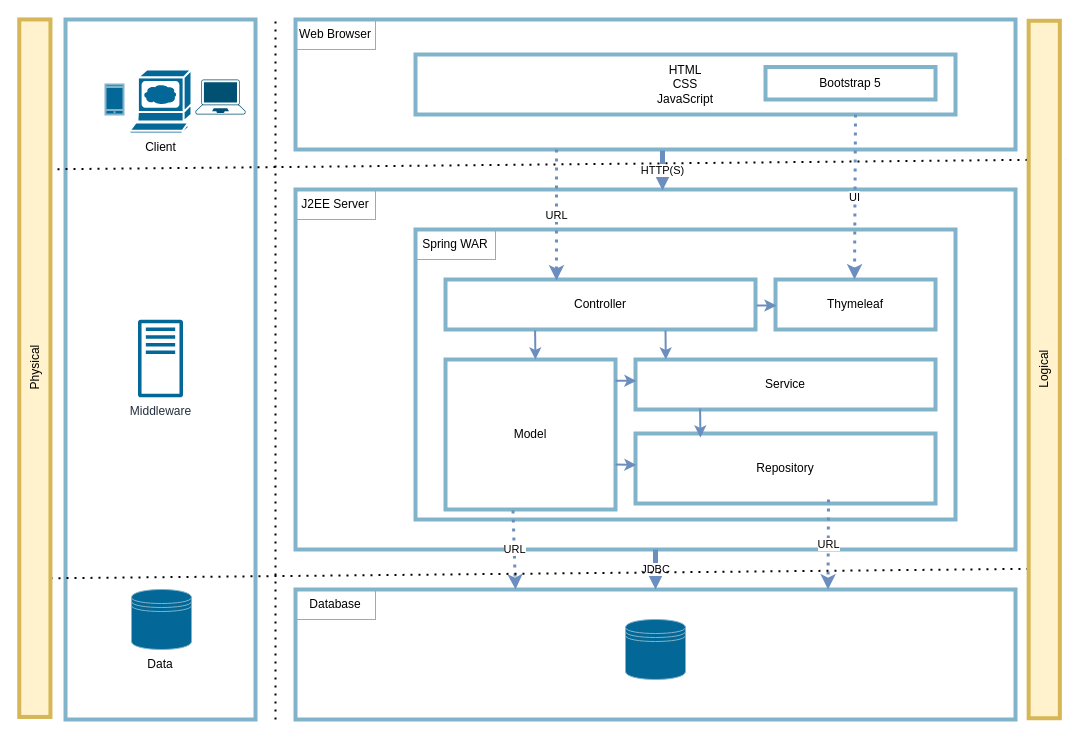
Above: documents/diagrams/Architecture.drawio in lamthaithanhlong/student-project (draw.io), before the change. Source tidied: cells renumbered, new cells numbered last; positions are measured from the earlier drawing's top-left corner, leaving out a move shared by most shapes. Both pictures are drawn from the tidied source at 100%, with x=0, y=0 at pixel (-314, 19).
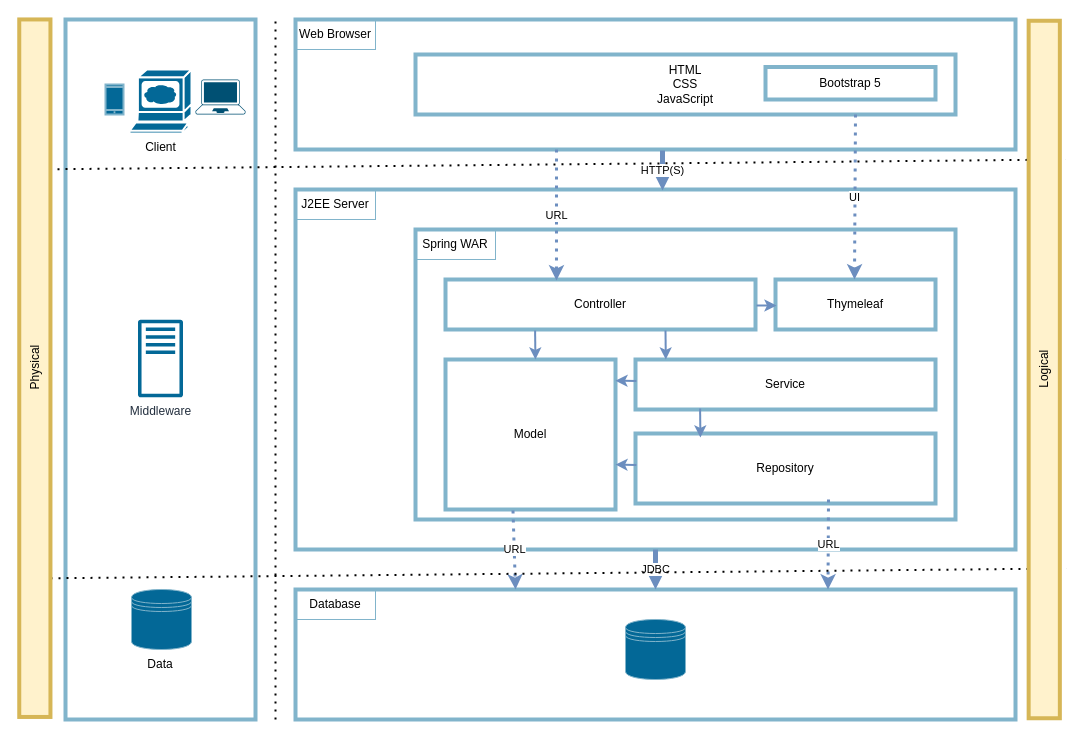
The same page after the edit.

Unchanged cells that the change refers to:
```xml
<mxCell id="27" value="Service" style="rounded=0;whiteSpace=wrap;html=1;strokeColor=#81b4cb;strokeWidth=4;fillColor=none;" parent="1" vertex="1">
  <mxGeometry x="949" y="340" width="300" height="50" as="geometry" />
</mxCell>
<mxCell id="29" value="Model" style="rounded=0;whiteSpace=wrap;html=1;strokeColor=#81b4cb;strokeWidth=4;fillColor=none;" parent="1" vertex="1">
  <mxGeometry x="759" y="340" width="170" height="150" as="geometry" />
</mxCell>
```

Change to the diagram source:
```diff
@@
-    <mxCell id="32" value="&lt;br&gt;" style="endArrow=classic;html=1;rounded=0;entryX=0.003;entryY=0.429;entryDx=0;entryDy=0;fillColor=#dae8fc;strokeColor=#6c8ebf;strokeWidth=2;exitX=1;exitY=0.141;exitDx=0;exitDy=0;exitPerimeter=0;entryPerimeter=0;" parent="1" edge="1" source="29" target="27">
+    <mxCell id="32" value="&lt;br&gt;" style="endArrow=none;html=1;rounded=0;entryX=0.003;entryY=0.429;entryDx=0;entryDy=0;fillColor=#dae8fc;strokeColor=#6c8ebf;strokeWidth=2;exitX=1;exitY=0.141;exitDx=0;exitDy=0;exitPerimeter=0;entryPerimeter=0;startArrow=classic;startFill=1;endFill=0;" parent="1" edge="1" source="29" target="27">
       <mxGeometry x="-0.96" y="4" relative="1" as="geometry" />
     </mxCell>
@@
-    <mxCell id="37" value="&lt;br&gt;" style="endArrow=classic;html=1;rounded=0;entryX=0.003;entryY=0.429;entryDx=0;entryDy=0;fillColor=#dae8fc;strokeColor=#6c8ebf;strokeWidth=2;exitX=1;exitY=0.141;exitDx=0;exitDy=0;exitPerimeter=0;entryPerimeter=0;" parent="1" edge="1">
+    <mxCell id="37" value="&lt;br&gt;" style="endArrow=none;html=1;rounded=0;entryX=0.003;entryY=0.429;entryDx=0;entryDy=0;fillColor=#dae8fc;strokeColor=#6c8ebf;strokeWidth=2;exitX=1;exitY=0.141;exitDx=0;exitDy=0;exitPerimeter=0;entryPerimeter=0;startArrow=classic;startFill=1;endFill=0;" parent="1" edge="1">
       <mxGeometry x="-0.96" y="4" relative="1" as="geometry">
         <mxPoint x="929" y="445.1" as="sourcePoint" />
         <mxPoint x="949.9" y="445.5" as="targetPoint" />
       </mxGeometry>
     </mxCell>
```
